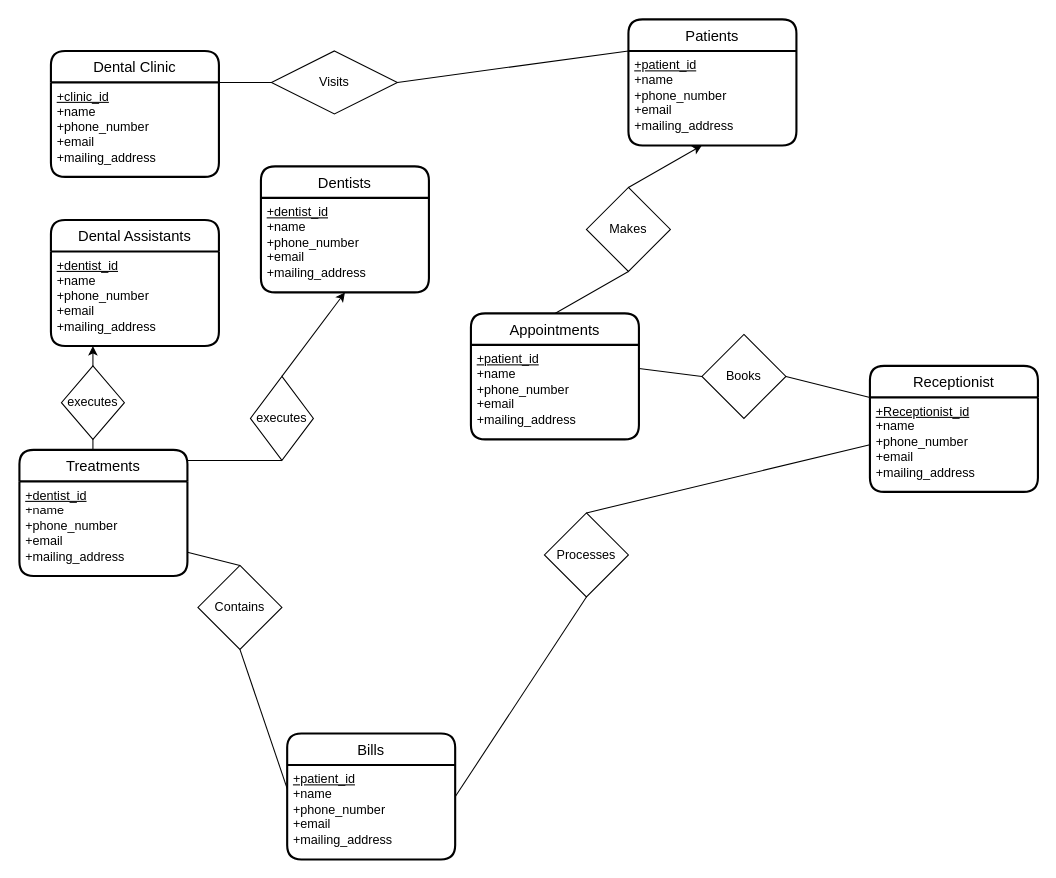
The draw.io diagram MyDentalClinicDiagram.drawio in gituser514/Diagram, before the edit. Source tidied: cells renumbered, new cells numbered last; positions are measured from the earlier drawing's top-left corner, leaving out a move shared by most shapes. Both pictures are drawn from the tidied source at 105%, with x=0, y=0 at pixel (19, 19).
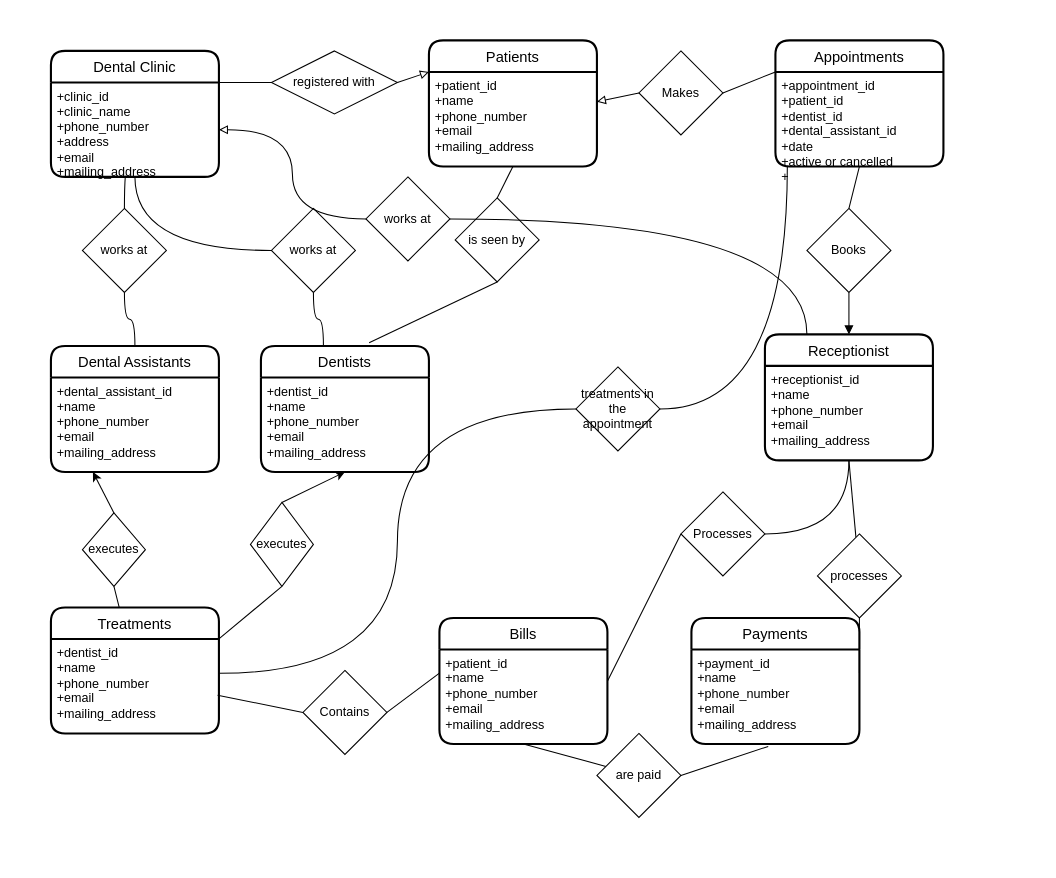
The same page after the edit.

The change refers to these unchanged cells:
```xml
<mxCell id="2" value="Dental Clinic" style="swimlane;horizontal=1;startSize=30;rounded=1;fontSize=14;fontStyle=0;strokeWidth=2;shadow=0;dashed=0;align=center;" parent="1" vertex="1">
  <mxGeometry x="30" y="30" width="160" height="120" as="geometry" />
</mxCell>
```

What changed in the source:
```diff
@@
-    <mxCell id="3" value="&lt;u&gt;+clinic_id&lt;/u&gt;&lt;br&gt;+name&lt;br&gt;&lt;div&gt;+phone_number&lt;/div&gt;&lt;div&gt;+email&lt;/div&gt;&lt;div&gt;+mailing_address&lt;br&gt;&lt;/div&gt;" style="align=left;strokeColor=none;fillColor=none;spacingLeft=4;fontSize=12;verticalAlign=top;html=1;" parent="2" vertex="1">
+    <mxCell id="3" value="+clinic_id&lt;br&gt;+clinic_name&lt;br&gt;&lt;div&gt;+phone_number&lt;/div&gt;&lt;div&gt;+address &lt;br&gt;&lt;/div&gt;&lt;div&gt;+email&lt;/div&gt;&lt;div&gt;+mailing_address&lt;br&gt;&lt;/div&gt;" style="align=left;strokeColor=none;fillColor=none;spacingLeft=4;fontSize=12;verticalAlign=top;html=1;" parent="2" vertex="1">
       <mxGeometry y="30" width="160" height="90" as="geometry" />
     </mxCell>
     <mxCell id="4" value="Dentists" style="swimlane;horizontal=1;startSize=30;rounded=1;fontSize=14;fontStyle=0;strokeWidth=2;shadow=0;dashed=0;align=center;" parent="1" vertex="1">
-      <mxGeometry x="230" y="140" width="160" height="120" as="geometry" />
+      <mxGeometry x="230" y="311" width="160" height="120" as="geometry" />
     </mxCell>
-    <mxCell id="5" value="&lt;u&gt;+dentist_id&lt;/u&gt;&lt;br&gt;+name&lt;br&gt;&lt;div&gt;+phone_number&lt;/div&gt;&lt;div&gt;+email&lt;/div&gt;&lt;div&gt;+mailing_address&lt;br&gt;&lt;/div&gt;" style="align=left;strokeColor=none;fillColor=none;spacingLeft=4;fontSize=12;verticalAlign=top;html=1;" parent="4" vertex="1">
+    <mxCell id="5" value="+dentist_id&lt;br&gt;+name&lt;br&gt;&lt;div&gt;+phone_number&lt;/div&gt;&lt;div&gt;+email&lt;/div&gt;&lt;div&gt;+mailing_address&lt;br&gt;&lt;/div&gt;" style="align=left;strokeColor=none;fillColor=none;spacingLeft=4;fontSize=12;verticalAlign=top;html=1;" parent="4" vertex="1">
       <mxGeometry y="30" width="160" height="90" as="geometry" />
     </mxCell>
     <mxCell id="6" value="Patients" style="swimlane;horizontal=1;startSize=30;rounded=1;fontSize=14;fontStyle=0;strokeWidth=2;shadow=0;dashed=0;align=center;" parent="1" vertex="1">
-      <mxGeometry x="580" width="160" height="120" as="geometry" />
+      <mxGeometry x="390" y="20" width="160" height="120" as="geometry" />
     </mxCell>
-    <mxCell id="7" value="&lt;u&gt;+patient_id&lt;/u&gt;&lt;br&gt;+name&lt;br&gt;&lt;div&gt;+phone_number&lt;/div&gt;&lt;div&gt;+email&lt;/div&gt;&lt;div&gt;+mailing_address&lt;br&gt;&lt;/div&gt;" style="align=left;strokeColor=none;fillColor=none;spacingLeft=4;fontSize=12;verticalAlign=top;html=1;" parent="6" vertex="1">
+    <mxCell id="7" value="+patient_id&lt;br&gt;+name&lt;br&gt;&lt;div&gt;+phone_number&lt;/div&gt;&lt;div&gt;+email&lt;/div&gt;&lt;div&gt;+mailing_address&lt;br&gt;&lt;/div&gt;" style="align=left;strokeColor=none;fillColor=none;spacingLeft=4;fontSize=12;verticalAlign=top;html=1;" parent="6" vertex="1">
       <mxGeometry y="30" width="160" height="90" as="geometry" />
     </mxCell>
     <mxCell id="8" value="Dental Assistants" style="swimlane;horizontal=1;startSize=30;rounded=1;fontSize=14;fontStyle=0;strokeWidth=2;shadow=0;dashed=0;align=center;" parent="1" vertex="1">
-      <mxGeometry x="30" y="191" width="160" height="120" as="geometry" />
+      <mxGeometry x="30" y="311" width="160" height="120" as="geometry" />
     </mxCell>
-    <mxCell id="9" value="&lt;u&gt;+dentist_id&lt;/u&gt;&lt;br&gt;+name&lt;br&gt;&lt;div&gt;+phone_number&lt;/div&gt;&lt;div&gt;+email&lt;/div&gt;&lt;div&gt;+mailing_address&lt;br&gt;&lt;/div&gt;" style="align=left;strokeColor=none;fillColor=none;spacingLeft=4;fontSize=12;verticalAlign=top;html=1;" parent="8" vertex="1">
+    <mxCell id="9" value="+dental_assistant_id&lt;br&gt;+name&lt;br&gt;&lt;div&gt;+phone_number&lt;/div&gt;&lt;div&gt;+email&lt;/div&gt;&lt;div&gt;+mailing_address&lt;br&gt;&lt;/div&gt;" style="align=left;strokeColor=none;fillColor=none;spacingLeft=4;fontSize=12;verticalAlign=top;html=1;" parent="8" vertex="1">
       <mxGeometry y="30" width="160" height="90" as="geometry" />
     </mxCell>
     <mxCell id="10" value="Treatments " style="swimlane;horizontal=1;startSize=30;rounded=1;fontSize=14;fontStyle=0;strokeWidth=2;shadow=0;dashed=0;align=center;" parent="1" vertex="1">
-      <mxGeometry y="410" width="160" height="120" as="geometry" />
+      <mxGeometry x="30" y="560" width="160" height="120" as="geometry" />
     </mxCell>
-    <mxCell id="11" value="&lt;u&gt;+dentist_id&lt;/u&gt;&lt;br&gt;+name&lt;br&gt;&lt;div&gt;+phone_number&lt;/div&gt;&lt;div&gt;+email&lt;/div&gt;&lt;div&gt;+mailing_address&lt;br&gt;&lt;/div&gt;" style="align=left;strokeColor=none;fillColor=none;spacingLeft=4;fontSize=12;verticalAlign=top;html=1;" parent="10" vertex="1">
+    <mxCell id="11" value="+dentist_id&lt;br&gt;+name&lt;br&gt;&lt;div&gt;+phone_number&lt;/div&gt;&lt;div&gt;+email&lt;/div&gt;&lt;div&gt;+mailing_address&lt;br&gt;&lt;/div&gt;" style="align=left;strokeColor=none;fillColor=none;spacingLeft=4;fontSize=12;verticalAlign=top;html=1;" parent="10" vertex="1">
       <mxGeometry y="30" width="160" height="90" as="geometry" />
     </mxCell>
     <mxCell id="12" value="Appointments" style="swimlane;horizontal=1;startSize=30;rounded=1;fontSize=14;fontStyle=0;strokeWidth=2;shadow=0;dashed=0;align=center;" parent="1" vertex="1">
-      <mxGeometry x="430" y="280" width="160" height="120" as="geometry" />
+      <mxGeometry x="720" y="20" width="160" height="120" as="geometry" />
     </mxCell>
-    <mxCell id="13" value="&lt;u&gt;+patient_id&lt;/u&gt;&lt;br&gt;+name&lt;br&gt;&lt;div&gt;+phone_number&lt;/div&gt;&lt;div&gt;+email&lt;/div&gt;&lt;div&gt;+mailing_address&lt;br&gt;&lt;/div&gt;" style="align=left;strokeColor=none;fillColor=none;spacingLeft=4;fontSize=12;verticalAlign=top;html=1;" parent="12" vertex="1">
+    <mxCell id="13" value="&lt;div&gt;+appointment_id&lt;/div&gt;&lt;div&gt;+patient_id&lt;/div&gt;&lt;div&gt;+dentist_id&lt;/div&gt;&lt;div&gt;+dental_assistant_id&lt;br&gt;&lt;/div&gt;&lt;div&gt;+date&lt;br&gt;&lt;/div&gt;&lt;div&gt;+active or cancelled&lt;br&gt;&lt;/div&gt;&lt;div&gt;+&lt;br&gt;&lt;/div&gt;" style="align=left;strokeColor=none;fillColor=none;spacingLeft=4;fontSize=12;verticalAlign=top;html=1;" parent="12" vertex="1">
       <mxGeometry y="30" width="160" height="90" as="geometry" />
     </mxCell>
     <mxCell id="14" value="Bills" style="swimlane;horizontal=1;startSize=30;rounded=1;fontSize=14;fontStyle=0;strokeWidth=2;shadow=0;align=center;fillColor=none;" parent="1" vertex="1">
-      <mxGeometry x="255" y="680" width="160" height="120" as="geometry" />
+      <mxGeometry x="400" y="570" width="160" height="120" as="geometry" />
     </mxCell>
-    <mxCell id="15" value="&lt;u&gt;+patient_id&lt;/u&gt;&lt;br&gt;+name&lt;br&gt;&lt;div&gt;+phone_number&lt;/div&gt;&lt;div&gt;+email&lt;/div&gt;&lt;div&gt;+mailing_address&lt;br&gt;&lt;/div&gt;" style="align=left;strokeColor=none;fillColor=none;spacingLeft=4;fontSize=12;verticalAlign=top;html=1;" parent="14" vertex="1">
+    <mxCell id="15" value="+patient_id&lt;br&gt;+name&lt;br&gt;&lt;div&gt;+phone_number&lt;/div&gt;&lt;div&gt;+email&lt;/div&gt;&lt;div&gt;+mailing_address&lt;br&gt;&lt;/div&gt;" style="align=left;strokeColor=none;fillColor=none;spacingLeft=4;fontSize=12;verticalAlign=top;html=1;" parent="14" vertex="1">
       <mxGeometry y="30" width="160" height="90" as="geometry" />
     </mxCell>
@@
-    <mxCell id="17" style="edgeStyle=none;rounded=0;jettySize=auto;html=1;entryX=0;entryY=0;entryDx=0;entryDy=0;endArrow=none;endFill=0;exitX=1;exitY=0.5;exitDx=0;exitDy=0;" parent="1" edge="1" source="18" target="7">
+    <mxCell id="17" style="edgeStyle=none;rounded=0;jettySize=auto;html=1;entryX=0;entryY=0;entryDx=0;entryDy=0;endArrow=block;endFill=0;exitX=1;exitY=0.5;exitDx=0;exitDy=0;" parent="1" edge="1" source="18" target="7">
       <mxGeometry relative="1" as="geometry" />
     </mxCell>
-    <mxCell id="18" value="Visits" style="shape=rhombus;perimeter=rhombusPerimeter;whiteSpace=wrap;html=1;align=center;" parent="1" vertex="1">
+    <mxCell id="18" value="registered with" style="shape=rhombus;perimeter=rhombusPerimeter;whiteSpace=wrap;html=1;align=center;" parent="1" vertex="1">
       <mxGeometry x="240" y="30" width="120" height="60" as="geometry" />
     </mxCell>
     <mxCell id="19" value="Receptionist" style="swimlane;horizontal=1;startSize=30;rounded=1;fontSize=14;fontStyle=0;strokeWidth=2;shadow=0;dashed=0;align=center;" parent="1" vertex="1">
-      <mxGeometry x="810" y="330" width="160" height="120" as="geometry" />
+      <mxGeometry x="710" y="300" width="160" height="120" as="geometry" />
     </mxCell>
-    <mxCell id="20" value="&lt;u&gt;+Receptionist_id&lt;/u&gt;&lt;br&gt;+name&lt;br&gt;&lt;div&gt;+phone_number&lt;/div&gt;&lt;div&gt;+email&lt;/div&gt;&lt;div&gt;+mailing_address&lt;br&gt;&lt;/div&gt;" style="align=left;strokeColor=none;fillColor=none;spacingLeft=4;fontSize=12;verticalAlign=top;html=1;" parent="19" vertex="1">
+    <mxCell id="20" value="+receptionist_id&lt;br&gt;+name&lt;br&gt;&lt;div&gt;+phone_number&lt;/div&gt;&lt;div&gt;+email&lt;/div&gt;&lt;div&gt;+mailing_address&lt;br&gt;&lt;/div&gt;" style="align=left;strokeColor=none;fillColor=none;spacingLeft=4;fontSize=12;verticalAlign=top;html=1;" parent="19" vertex="1">
       <mxGeometry y="30" width="160" height="90" as="geometry" />
     </mxCell>
     <mxCell id="21" value="Processes" style="rhombus;whiteSpace=wrap;html=1;rounded=0;sketch=0;" parent="1" vertex="1">
-      <mxGeometry x="500" y="470" width="80" height="80" as="geometry" />
+      <mxGeometry x="630" y="450" width="80" height="80" as="geometry" />
     </mxCell>
-    <mxCell id="22" style="endArrow=none;html=1;rounded=1;sketch=0;curved=0;entryX=0.5;entryY=1;entryDx=0;entryDy=0;exitX=1;exitY=0.337;exitDx=0;exitDy=0;exitPerimeter=0;" parent="1" edge="1" source="15" target="21">
+    <mxCell id="22" style="endArrow=none;html=1;rounded=1;sketch=0;curved=0;entryX=0;entryY=0.5;entryDx=0;entryDy=0;exitX=1;exitY=0.337;exitDx=0;exitDy=0;exitPerimeter=0;" parent="1" edge="1" source="15" target="21">
       <mxGeometry relative="1" as="geometry" />
     </mxCell>
-    <mxCell id="23" style="endArrow=classic;html=1;rounded=1;sketch=0;curved=0;entryX=0.25;entryY=1;entryDx=0;entryDy=0;" parent="1" edge="1" target="9">
-      <mxGeometry relative="1" as="geometry">
-        <mxPoint x="70" y="410" as="sourcePoint" />
-      </mxGeometry>
+    <mxCell id="23" style="endArrow=classic;html=1;rounded=1;sketch=0;curved=0;entryX=0.25;entryY=1;entryDx=0;entryDy=0;exitX=0.5;exitY=0;exitDx=0;exitDy=0;" parent="1" edge="1" source="26" target="9">
+      <mxGeometry relative="1" as="geometry" />
     </mxCell>
@@
-    <mxCell id="25" style="endArrow=none;html=1;rounded=1;sketch=0;curved=0;exitX=0.5;exitY=1;exitDx=0;exitDy=0;entryX=0;entryY=0.25;entryDx=0;entryDy=0;startArrow=none;" parent="1" edge="1" source="32" target="15">
+    <mxCell id="25" style="endArrow=none;html=1;rounded=1;sketch=0;curved=0;exitX=1;exitY=0.5;exitDx=0;exitDy=0;entryX=0;entryY=0.25;entryDx=0;entryDy=0;startArrow=none;" parent="1" edge="1" source="32" target="15">
       <mxGeometry relative="1" as="geometry" />
     </mxCell>
+    <mxCell id="38" style="edgeStyle=none;rounded=0;jettySize=auto;html=1;endArrow=none;endFill=0;exitX=0.5;exitY=1;exitDx=0;exitDy=0;" parent="1" edge="1" source="26" target="10">
+      <mxGeometry relative="1" as="geometry" />
+    </mxCell>
     <mxCell id="26" value="executes" style="rhombus;whiteSpace=wrap;html=1;rounded=0;sketch=0;" parent="1" vertex="1">
-      <mxGeometry x="40" y="330" width="60" height="70" as="geometry" />
+      <mxGeometry x="60" y="470" width="60" height="70" as="geometry" />
     </mxCell>
     <mxCell id="27" value="executes" style="rhombus;whiteSpace=wrap;html=1;rounded=0;sketch=0;" parent="1" vertex="1">
-      <mxGeometry x="220" y="340" width="60" height="80" as="geometry" />
+      <mxGeometry x="220" y="460" width="60" height="80" as="geometry" />
     </mxCell>
-    <mxCell id="28" style="endArrow=none;html=1;rounded=1;sketch=0;curved=0;entryX=0.5;entryY=1;entryDx=0;entryDy=0;" parent="1" edge="1" target="27">
-      <mxGeometry relative="1" as="geometry">
-        <mxPoint x="160" y="420" as="sourcePoint" />
-      </mxGeometry>
+    <mxCell id="28" style="endArrow=none;html=1;rounded=1;sketch=0;curved=0;entryX=0.5;entryY=1;entryDx=0;entryDy=0;exitX=1;exitY=0;exitDx=0;exitDy=0;" parent="1" edge="1" source="11" target="27">
+      <mxGeometry relative="1" as="geometry" />
     </mxCell>
-    <mxCell id="29" style="endArrow=classic;html=1;rounded=1;sketch=0;curved=0;exitX=0.5;exitY=0;exitDx=0;exitDy=0;" parent="1" edge="1" source="31">
-      <mxGeometry relative="1" as="geometry">
-        <mxPoint x="650" y="120" as="targetPoint" />
-      </mxGeometry>
+    <mxCell id="29" style="endArrow=block;html=1;rounded=1;sketch=0;curved=0;exitX=0;exitY=0.5;exitDx=0;exitDy=0;endFill=0;" parent="1" edge="1" source="31" target="7">
+      <mxGeometry relative="1" as="geometry" />
     </mxCell>
-    <mxCell id="30" style="edgeStyle=none;rounded=0;jettySize=auto;html=1;entryX=0.5;entryY=0;entryDx=0;entryDy=0;endArrow=none;endFill=0;exitX=0.5;exitY=1;exitDx=0;exitDy=0;" parent="1" edge="1" source="31" target="12">
+    <mxCell id="30" style="edgeStyle=none;rounded=0;jettySize=auto;html=1;entryX=0;entryY=0;entryDx=0;entryDy=0;endArrow=none;endFill=0;exitX=1;exitY=0.5;exitDx=0;exitDy=0;" parent="1" edge="1" source="31" target="13">
       <mxGeometry relative="1" as="geometry" />
     </mxCell>
     <mxCell id="31" value="Makes" style="rhombus;whiteSpace=wrap;html=1;rounded=0;sketch=0;" parent="1" vertex="1">
-      <mxGeometry x="540" y="160" width="80" height="80" as="geometry" />
+      <mxGeometry x="590" y="30" width="80" height="80" as="geometry" />
     </mxCell>
     <mxCell id="32" value="Contains" style="rhombus;whiteSpace=wrap;html=1;rounded=0;sketch=0;" parent="1" vertex="1">
-      <mxGeometry x="170" y="520" width="80" height="80" as="geometry" />
+      <mxGeometry x="270" y="620" width="80" height="80" as="geometry" />
     </mxCell>
-    <mxCell id="33" style="endArrow=none;html=1;rounded=1;sketch=0;curved=0;exitX=1;exitY=0.75;exitDx=0;exitDy=0;entryX=0.5;entryY=0;entryDx=0;entryDy=0;" parent="1" edge="1" source="11" target="32">
+    <mxCell id="33" style="endArrow=none;html=1;rounded=1;sketch=0;curved=0;exitX=0.992;exitY=0.596;exitDx=0;exitDy=0;entryX=0;entryY=0.5;entryDx=0;entryDy=0;exitPerimeter=0;" parent="1" edge="1" source="11" target="32">
       <mxGeometry relative="1" as="geometry" />
     </mxCell>
-    <mxCell id="34" style="endArrow=none;html=1;rounded=1;sketch=0;curved=0;entryX=0;entryY=0.5;entryDx=0;entryDy=0;" parent="1" edge="1" target="20">
-      <mxGeometry relative="1" as="geometry">
-        <mxPoint x="540" y="470" as="sourcePoint" />
-      </mxGeometry>
+    <mxCell id="34" style="endArrow=none;html=1;rounded=1;sketch=0;curved=1;entryX=0.5;entryY=1;entryDx=0;entryDy=0;exitX=1;exitY=0.5;exitDx=0;exitDy=0;edgeStyle=orthogonalEdgeStyle;" parent="1" edge="1" source="21" target="20">
+      <mxGeometry relative="1" as="geometry" />
     </mxCell>
-    <mxCell id="35" style="endArrow=none;html=1;rounded=1;sketch=0;curved=0;entryX=0;entryY=0;entryDx=0;entryDy=0;exitX=1;exitY=0.5;exitDx=0;exitDy=0;" parent="1" edge="1" source="37" target="20">
+    <mxCell id="35" style="endArrow=block;html=1;rounded=1;sketch=0;curved=0;entryX=0.5;entryY=0;entryDx=0;entryDy=0;exitX=0.5;exitY=1;exitDx=0;exitDy=0;endFill=1;" parent="1" edge="1" source="37" target="19">
       <mxGeometry relative="1" as="geometry" />
     </mxCell>
-    <mxCell id="36" style="rounded=0;jettySize=auto;html=1;entryX=1;entryY=0.25;entryDx=0;entryDy=0;endArrow=none;endFill=0;exitX=0;exitY=0.5;exitDx=0;exitDy=0;" parent="1" edge="1" source="37" target="13">
+    <mxCell id="36" style="rounded=0;jettySize=auto;html=1;entryX=0.5;entryY=1;entryDx=0;entryDy=0;endArrow=none;endFill=0;exitX=0.5;exitY=0;exitDx=0;exitDy=0;" parent="1" edge="1" source="37" target="13">
       <mxGeometry relative="1" as="geometry" />
     </mxCell>
     <mxCell id="37" value="Books" style="rhombus;whiteSpace=wrap;html=1;rounded=0;sketch=0;" parent="1" vertex="1">
-      <mxGeometry x="650" y="300" width="80" height="80" as="geometry" />
+      <mxGeometry x="750" y="180" width="80" height="80" as="geometry" />
     </mxCell>
+    <mxCell id="39" style="edgeStyle=none;rounded=0;jettySize=auto;html=1;entryX=0.644;entryY=-0.025;entryDx=0;entryDy=0;endArrow=none;endFill=0;exitX=0.5;exitY=1;exitDx=0;exitDy=0;entryPerimeter=0;" parent="1" edge="1" source="41" target="4">
+      <mxGeometry relative="1" as="geometry" />
+    </mxCell>
+    <mxCell id="40" style="edgeStyle=none;rounded=0;jettySize=auto;html=1;entryX=0.5;entryY=1;entryDx=0;entryDy=0;endArrow=none;endFill=0;exitX=0.5;exitY=0;exitDx=0;exitDy=0;" parent="1" edge="1" source="41" target="6">
+      <mxGeometry relative="1" as="geometry" />
+    </mxCell>
+    <mxCell id="41" value="is seen by " style="rhombus;whiteSpace=wrap;html=1;rounded=0;sketch=0;" parent="1" vertex="1">
+      <mxGeometry x="415" y="170" width="80" height="80" as="geometry" />
+    </mxCell>
+    <mxCell id="42" value="Payments" style="swimlane;horizontal=1;startSize=30;rounded=1;fontSize=14;fontStyle=0;strokeWidth=2;shadow=0;align=center;fillColor=none;" parent="1" vertex="1">
+      <mxGeometry x="640" y="570" width="160" height="120" as="geometry" />
+    </mxCell>
+    <mxCell id="43" value="+payment_id&lt;br&gt;+name&lt;br&gt;&lt;div&gt;+phone_number&lt;/div&gt;&lt;div&gt;+email&lt;/div&gt;&lt;div&gt;+mailing_address&lt;br&gt;&lt;/div&gt;" style="align=left;strokeColor=none;fillColor=none;spacingLeft=4;fontSize=12;verticalAlign=top;html=1;" parent="42" vertex="1">
+      <mxGeometry y="30" width="160" height="90" as="geometry" />
+    </mxCell>
+    <mxCell id="44" style="edgeStyle=none;rounded=0;jettySize=auto;html=1;entryX=1;entryY=0.25;entryDx=0;entryDy=0;endArrow=none;endFill=0;" parent="1" edge="1" source="46" target="43">
+      <mxGeometry relative="1" as="geometry" />
+    </mxCell>
+    <mxCell id="45" style="edgeStyle=none;rounded=0;jettySize=auto;html=1;entryX=0.5;entryY=1;entryDx=0;entryDy=0;endArrow=none;endFill=0;" parent="1" edge="1" source="46" target="20">
+      <mxGeometry relative="1" as="geometry" />
+    </mxCell>
+    <mxCell id="46" value="processes" style="rhombus;whiteSpace=wrap;html=1;rounded=0;sketch=0;" parent="1" vertex="1">
+      <mxGeometry x="760" y="490" width="80" height="80" as="geometry" />
+    </mxCell>
+    <mxCell id="47" style="edgeStyle=none;rounded=0;jettySize=auto;html=1;entryX=0.457;entryY=1.026;entryDx=0;entryDy=0;endArrow=none;endFill=0;entryPerimeter=0;" parent="1" edge="1" target="43">
+      <mxGeometry relative="1" as="geometry">
+        <mxPoint x="630" y="720" as="sourcePoint" />
+      </mxGeometry>
+    </mxCell>
+    <mxCell id="48" style="edgeStyle=none;rounded=0;jettySize=auto;html=1;entryX=0.5;entryY=1;entryDx=0;entryDy=0;endArrow=none;endFill=0;" parent="1" edge="1" source="49" target="15">
+      <mxGeometry relative="1" as="geometry" />
+    </mxCell>
+    <mxCell id="49" value="are paid" style="rhombus;whiteSpace=wrap;html=1;rounded=0;sketch=0;" parent="1" vertex="1">
+      <mxGeometry x="550" y="680" width="80" height="80" as="geometry" />
+    </mxCell>
+    <mxCell id="50" style="edgeStyle=orthogonalEdgeStyle;curved=1;rounded=0;jettySize=auto;html=1;entryX=0.443;entryY=0.987;entryDx=0;entryDy=0;entryPerimeter=0;endArrow=none;endFill=0;" parent="1" edge="1" source="52" target="3">
+      <mxGeometry relative="1" as="geometry" />
+    </mxCell>
+    <mxCell id="51" style="edgeStyle=orthogonalEdgeStyle;curved=1;rounded=0;jettySize=auto;html=1;endArrow=none;endFill=0;" parent="1" edge="1" source="52" target="8">
+      <mxGeometry relative="1" as="geometry" />
+    </mxCell>
+    <mxCell id="52" value="works at" style="rhombus;whiteSpace=wrap;html=1;rounded=0;sketch=0;" parent="1" vertex="1">
+      <mxGeometry x="60" y="180" width="80" height="80" as="geometry" />
+    </mxCell>
+    <mxCell id="53" style="edgeStyle=orthogonalEdgeStyle;curved=1;rounded=0;jettySize=auto;html=1;endArrow=none;endFill=0;" parent="1" edge="1" source="55" target="3">
+      <mxGeometry relative="1" as="geometry" />
+    </mxCell>
+    <mxCell id="54" style="edgeStyle=orthogonalEdgeStyle;curved=1;rounded=0;jettySize=auto;html=1;endArrow=none;endFill=0;entryX=0.372;entryY=-0.003;entryDx=0;entryDy=0;entryPerimeter=0;" parent="1" edge="1" source="55" target="4">
+      <mxGeometry relative="1" as="geometry" />
+    </mxCell>
+    <mxCell id="55" value="works at" style="rhombus;whiteSpace=wrap;html=1;rounded=0;sketch=0;" parent="1" vertex="1">
+      <mxGeometry x="240" y="180" width="80" height="80" as="geometry" />
+    </mxCell>
+    <mxCell id="56" style="edgeStyle=orthogonalEdgeStyle;curved=1;rounded=0;jettySize=auto;html=1;entryX=1;entryY=0.5;entryDx=0;entryDy=0;endArrow=block;endFill=0;" parent="1" edge="1" source="58" target="3">
+      <mxGeometry relative="1" as="geometry" />
+    </mxCell>
+    <mxCell id="57" style="edgeStyle=orthogonalEdgeStyle;curved=1;rounded=0;jettySize=auto;html=1;endArrow=none;endFill=0;entryX=0.25;entryY=0;entryDx=0;entryDy=0;" parent="1" edge="1" source="58" target="19">
+      <mxGeometry relative="1" as="geometry" />
+    </mxCell>
+    <mxCell id="58" value="works at" style="rhombus;whiteSpace=wrap;html=1;rounded=0;sketch=0;" parent="1" vertex="1">
+      <mxGeometry x="330" y="150" width="80" height="80" as="geometry" />
+    </mxCell>
+    <mxCell id="59" style="edgeStyle=orthogonalEdgeStyle;curved=1;rounded=0;jettySize=auto;html=1;entryX=0.071;entryY=0.992;entryDx=0;entryDy=0;endArrow=none;endFill=0;entryPerimeter=0;" parent="1" edge="1" source="61" target="13">
+      <mxGeometry relative="1" as="geometry" />
+    </mxCell>
+    <mxCell id="60" style="edgeStyle=orthogonalEdgeStyle;curved=1;rounded=0;jettySize=auto;html=1;endArrow=none;endFill=0;entryX=1.003;entryY=0.364;entryDx=0;entryDy=0;entryPerimeter=0;" parent="1" edge="1" source="61" target="11">
+      <mxGeometry relative="1" as="geometry" />
+    </mxCell>
+    <mxCell id="61" value="treatments in the appointment " style="rhombus;whiteSpace=wrap;html=1;rounded=0;sketch=0;" parent="1" vertex="1">
+      <mxGeometry x="530" y="331" width="80" height="80" as="geometry" />
+    </mxCell>
```
